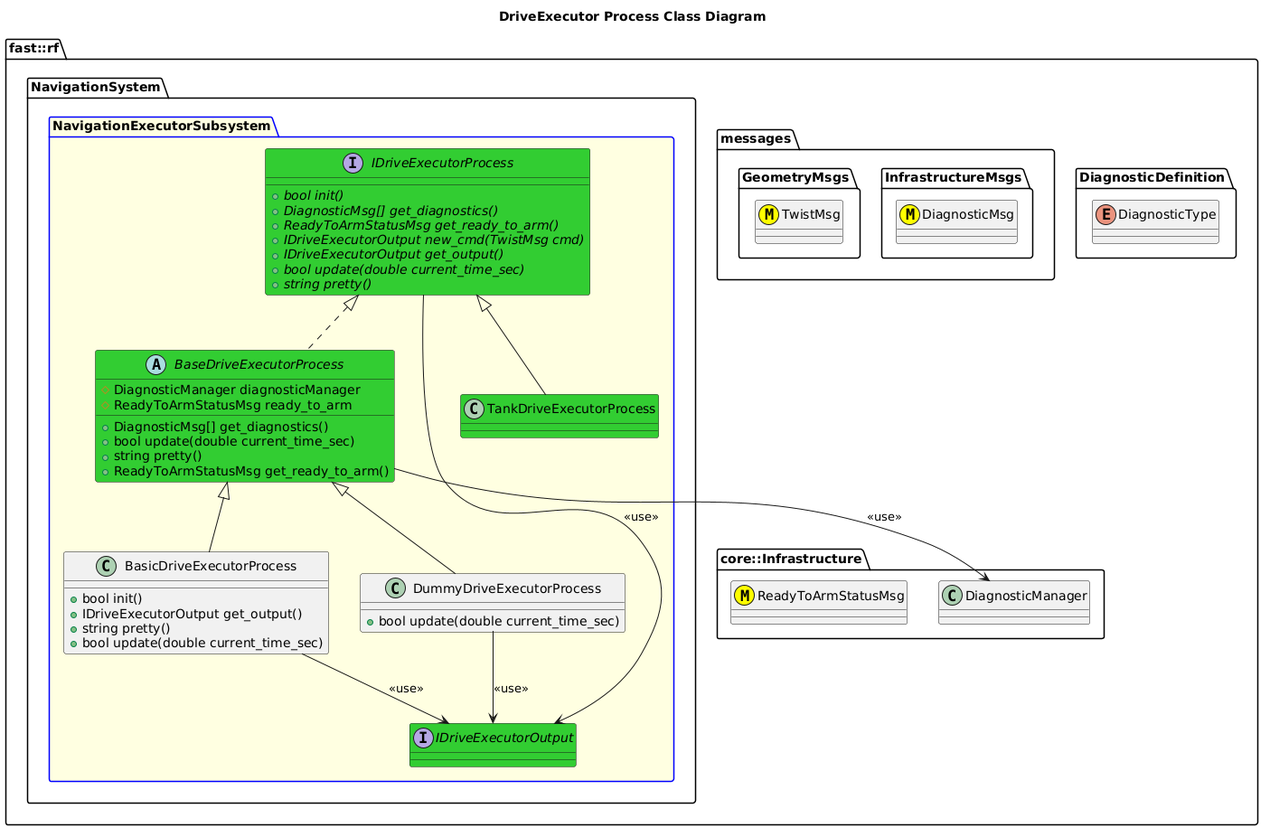
Earlier version of the PlantUML export Systems/Navigation/Subsystems/NavigationExecutor/Processes/DriveExecutor/doc/puml/DriveExecutorProcessClassDiagram.png (fastrobotics/robot_framework). Source of this version:
```plantuml
@startuml
title DriveExecutor Process Class Diagram

namespace fast::rf {
  namespace DiagnosticDefinition {
    enum DiagnosticType
  }
  namespace messages {
    namespace InfrastructureMsgs {
      class DiagnosticMsg <<(M,#FFFF00)>>
    }
    namespace GeometryMsgs {
      class TwistMsg <<(M,#FFFF00)>>
    }
  }
  namespace core::Infrastructure {
    class DiagnosticManager
    class ReadyToArmStatusMsg <<(M,#FFFF00)>>
  }
  namespace NavigationSystem {
    package NavigationExecutorSubsystem #LightYellow;line:blue {
        interface IDriveExecutorOutput #LimeGreen {

        }
        interface IDriveExecutorProcess #LimeGreen {
          +{abstract} bool init()
          +{abstract} DiagnosticMsg[] get_diagnostics()
          +{abstract} ReadyToArmStatusMsg get_ready_to_arm()
          +{abstract} IDriveExecutorOutput new_cmd(TwistMsg cmd)
          +{abstract} IDriveExecutorOutput get_output()
          +{abstract} bool update(double current_time_sec)
          +{abstract} string pretty()
        }
        IDriveExecutorProcess --> IDriveExecutorOutput: <<use>>
        abstract BaseDriveExecutorProcess #LimeGreen {
          +DiagnosticMsg[] get_diagnostics()
          +bool update(double current_time_sec)
          +string pretty()
          +ReadyToArmStatusMsg get_ready_to_arm()
          #DiagnosticManager diagnosticManager
          #ReadyToArmStatusMsg ready_to_arm


        }
        BaseDriveExecutorProcess .up.|> IDriveExecutorProcess
        BaseDriveExecutorProcess --> DiagnosticManager: <<use>>
        class BasicDriveExecutorProcess {
          +bool init()
          +IDriveExecutorOutput get_output()
          +string pretty()
          +bool update(double current_time_sec)
        }
        BasicDriveExecutorProcess -up-|> BaseDriveExecutorProcess
        BasicDriveExecutorProcess --> IDriveExecutorOutput: <<use>>
        class DummyDriveExecutorProcess {
          +bool update(double current_time_sec)
        }
        DummyDriveExecutorProcess -up-|> BaseDriveExecutorProcess
        DummyDriveExecutorProcess --> IDriveExecutorOutput: <<use>>
        class TankDriveExecutorProcess #LimeGreen
        TankDriveExecutorProcess -up-|> IDriveExecutorProcess
    }
  }
}
@enduml
```
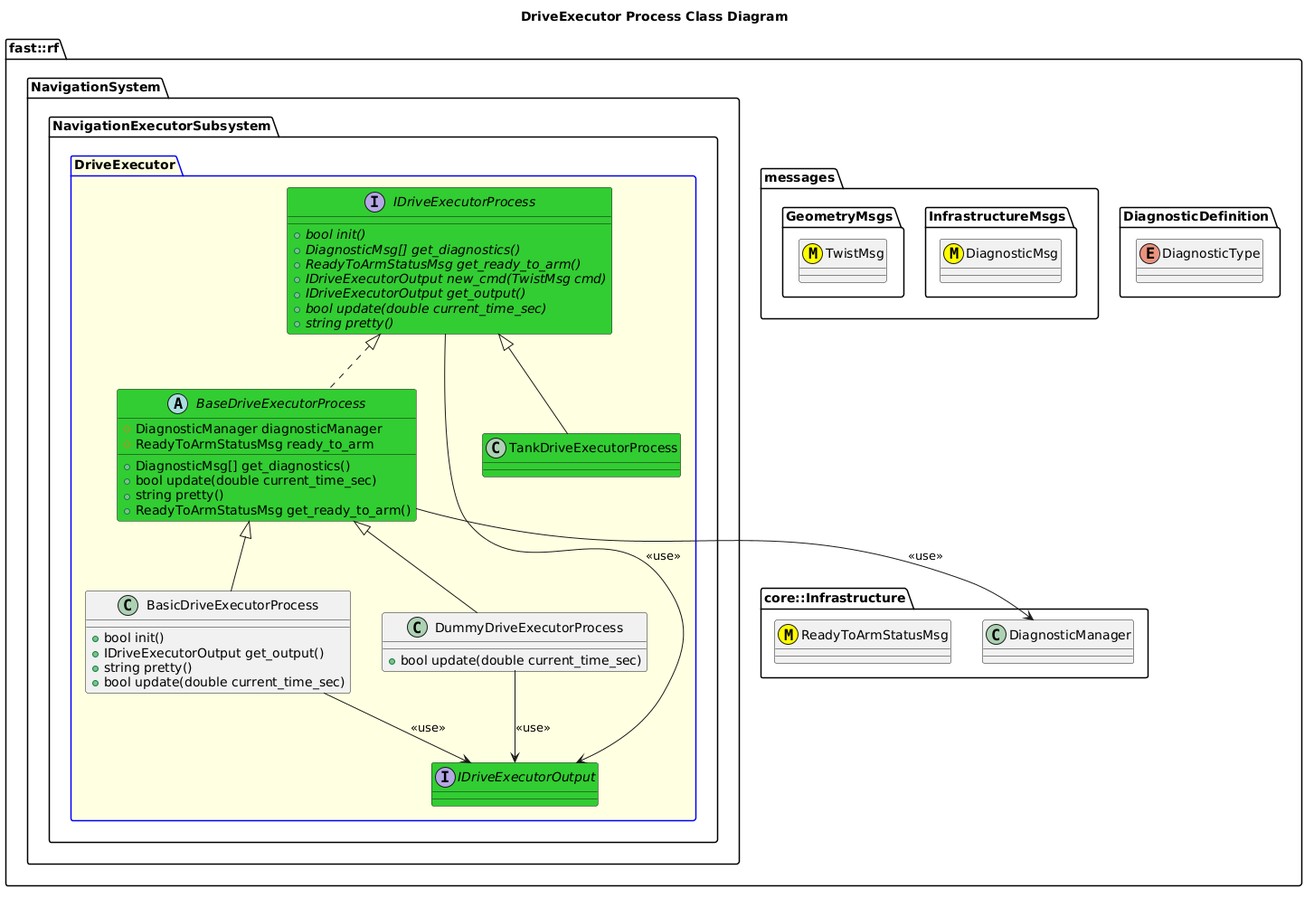
Later version of the same file.

Diff of the diagram source:
```diff
@@ -18,7 +18,8 @@
     class ReadyToArmStatusMsg <<(M,#FFFF00)>>
   }
   namespace NavigationSystem {
-    package NavigationExecutorSubsystem #LightYellow;line:blue {
+    namespace NavigationExecutorSubsystem {
+      package DriveExecutor #LightYellow;line:blue {
         interface IDriveExecutorOutput #LimeGreen {
 
         }
@@ -59,6 +60,7 @@
         DummyDriveExecutorProcess --> IDriveExecutorOutput: <<use>>
         class TankDriveExecutorProcess #LimeGreen
         TankDriveExecutorProcess -up-|> IDriveExecutorProcess
+      }
     }
   }
 }
```
